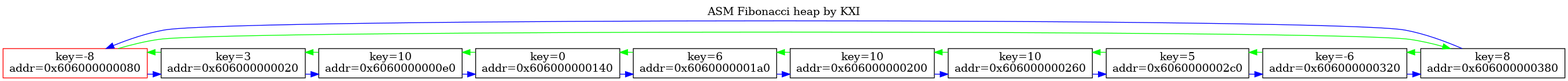
Above: fib_heap.png in kxigor/FibHeap (Graphviz), before the change. Its source is kept beside it as fib_heap.dot.
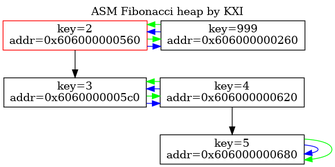
After the change.

Diff of the diagram source:
```diff
@@ -3,46 +3,30 @@
 label="ASM Fibonacci heap by KXI"
 rankdir=TB;
 node [shape=box];
-{ rank=same; n0x606000000080 [label="key=-8
-addr=0x606000000080"];
-n0x606000000080 [color=red];
-n0x606000000080 -> n0x606000000020 [color=blue];
-n0x606000000080 -> n0x606000000380 [color=green];
-n0x606000000020 [label="key=3
-addr=0x606000000020"];
-n0x606000000020 -> n0x6060000000e0 [color=blue];
-n0x606000000020 -> n0x606000000080 [color=green];
-n0x6060000000e0 [label="key=10
-addr=0x6060000000e0"];
-n0x6060000000e0 -> n0x606000000140 [color=blue];
-n0x6060000000e0 -> n0x606000000020 [color=green];
-n0x606000000140 [label="key=0
-addr=0x606000000140"];
-n0x606000000140 -> n0x6060000001a0 [color=blue];
-n0x606000000140 -> n0x6060000000e0 [color=green];
-n0x6060000001a0 [label="key=6
-addr=0x6060000001a0"];
-n0x6060000001a0 -> n0x606000000200 [color=blue];
-n0x6060000001a0 -> n0x606000000140 [color=green];
-n0x606000000200 [label="key=10
-addr=0x606000000200"];
-n0x606000000200 -> n0x606000000260 [color=blue];
-n0x606000000200 -> n0x6060000001a0 [color=green];
-n0x606000000260 [label="key=10
+{ rank=same; n0x606000000560 [label="key=2
+addr=0x606000000560"];
+n0x606000000560 [color=red];
+n0x606000000560 -> n0x606000000260 [color=blue];
+n0x606000000560 -> n0x606000000260 [color=green];
+n0x606000000260 [label="key=999
 addr=0x606000000260"];
-n0x606000000260 -> n0x6060000002c0 [color=blue];
-n0x606000000260 -> n0x606000000200 [color=green];
-n0x6060000002c0 [label="key=5
-addr=0x6060000002c0"];
-n0x6060000002c0 -> n0x606000000320 [color=blue];
-n0x6060000002c0 -> n0x606000000260 [color=green];
-n0x606000000320 [label="key=-6
-addr=0x606000000320"];
-n0x606000000320 -> n0x606000000380 [color=blue];
-n0x606000000320 -> n0x6060000002c0 [color=green];
-n0x606000000380 [label="key=8
-addr=0x606000000380"];
-n0x606000000380 -> n0x606000000080 [color=blue];
-n0x606000000380 -> n0x606000000320 [color=green];
+n0x606000000260 -> n0x606000000560 [color=blue];
+n0x606000000260 -> n0x606000000560 [color=green];
+}
+n0x606000000560 -> n0x6060000005c0 [color=black];
+{ rank=same; n0x6060000005c0 [label="key=3
+addr=0x6060000005c0"];
+n0x6060000005c0 -> n0x606000000620 [color=blue];
+n0x6060000005c0 -> n0x606000000620 [color=green];
+n0x606000000620 [label="key=4
+addr=0x606000000620"];
+n0x606000000620 -> n0x6060000005c0 [color=blue];
+n0x606000000620 -> n0x6060000005c0 [color=green];
+}
+n0x606000000620 -> n0x606000000680 [color=black];
+{ rank=same; n0x606000000680 [label="key=5
+addr=0x606000000680"];
+n0x606000000680 -> n0x606000000680 [color=blue];
+n0x606000000680 -> n0x606000000680 [color=green];
 }
 }
```
